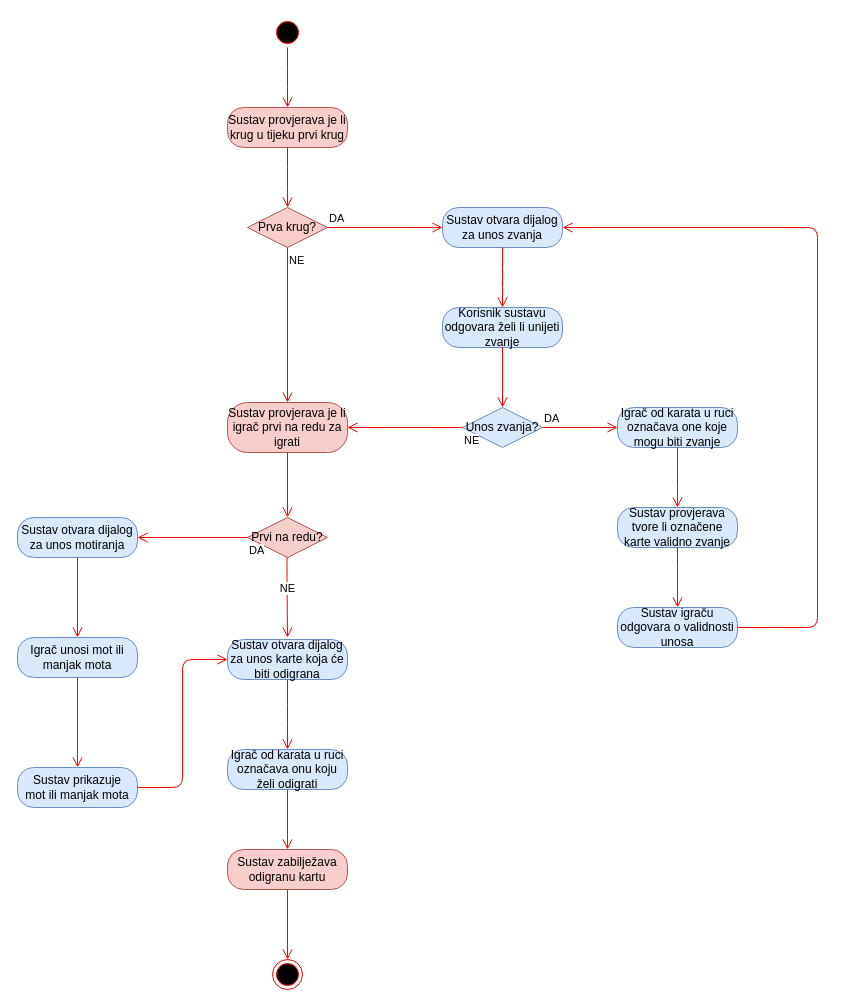
Before: page "Activity: Igranje karte sljedećeg igrača" (7 of 11) of Dijagram.drawio in TheRealJoci/Tressette-Terminal-Card-Game, a draw.io diagram. Source tidied: cells renumbered, new cells numbered last; positions are measured from the earlier drawing's top-left corner, leaving out a move shared by most shapes. Both pictures are drawn from the tidied source at 100%, with x=0, y=0 at pixel (17, 17).
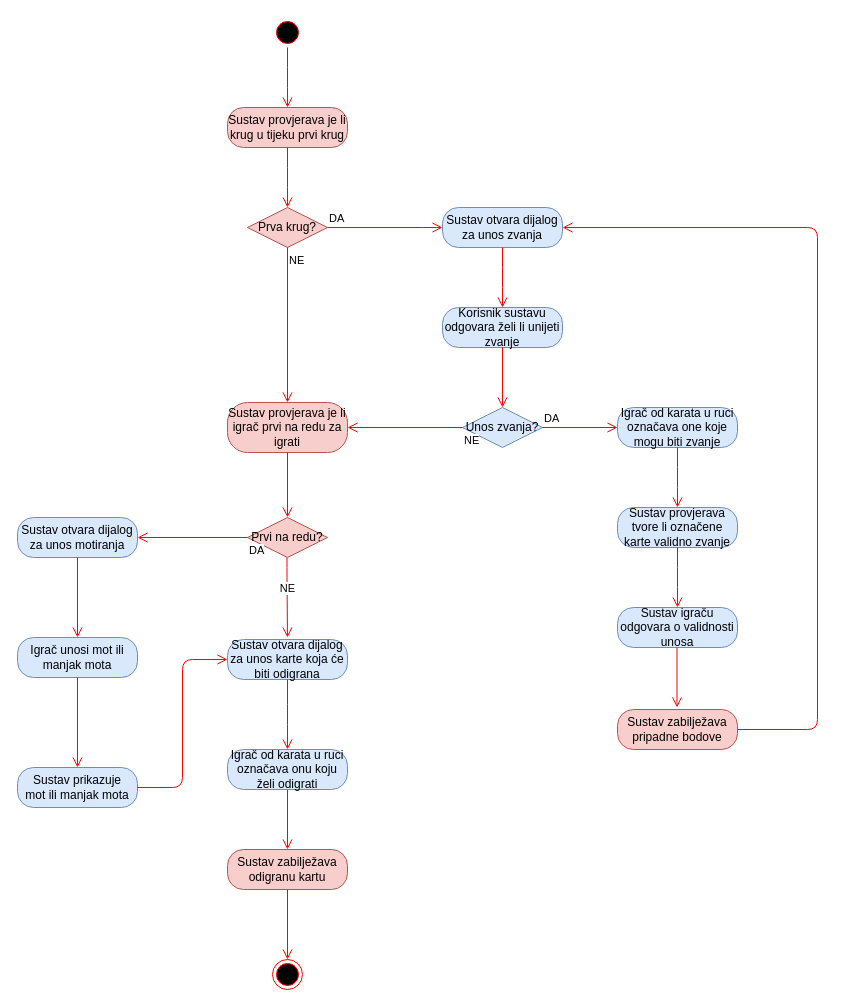
After the change.

The change refers to these unchanged cells:
```xml
<mxCell id="9" value="Sustav otvara dijalog za unos zvanja" style="rounded=1;whiteSpace=wrap;html=1;arcSize=40;fillColor=#dae8fc;strokeColor=#6c8ebf;" parent="1" vertex="1">
  <mxGeometry x="425" y="190" width="120" height="40" as="geometry" />
</mxCell>
<mxCell id="15" value="Sustav igraču odgovara o validnosti unosa" style="rounded=1;whiteSpace=wrap;html=1;arcSize=40;fillColor=#dae8fc;strokeColor=#6c8ebf;" parent="1" vertex="1">
  <mxGeometry x="600" y="590" width="120" height="40" as="geometry" />
</mxCell>
```

The edit, as a diff of the source:
```diff
@@
-    <mxCell id="16" style="edgeStyle=orthogonalEdgeStyle;html=1;verticalAlign=bottom;endArrow=open;endSize=8;strokeColor=#ff0000;entryX=1;entryY=0.5;entryDx=0;entryDy=0;" parent="1" edge="1" source="15" target="9">
+    <mxCell id="16" style="edgeStyle=orthogonalEdgeStyle;html=1;verticalAlign=bottom;endArrow=open;endSize=8;strokeColor=#ff0000;entryX=1;entryY=0.5;entryDx=0;entryDy=0;exitX=1;exitY=0.5;exitDx=0;exitDy=0;" parent="1" edge="1" source="40" target="9">
       <mxGeometry relative="1" as="geometry">
         <Array as="points">
-          <mxPoint x="800" y="610" />
+          <mxPoint x="800" y="712" />
           <mxPoint x="800" y="210" />
         </Array>
       </mxGeometry>
     </mxCell>
@@
+    <mxCell id="40" value="Sustav zabilježava pripadne bodove" style="rounded=1;whiteSpace=wrap;html=1;arcSize=40;fillColor=#f8cecc;strokeColor=#b85450;" parent="1" vertex="1">
+      <mxGeometry x="600" y="692" width="120" height="40" as="geometry" />
+    </mxCell>
+    <mxCell id="41" style="edgeStyle=orthogonalEdgeStyle;html=1;verticalAlign=bottom;endArrow=open;endSize=8;strokeColor=#ff0000;" parent="1" edge="1">
+      <mxGeometry relative="1" as="geometry">
+        <mxPoint x="659.5" y="630" as="sourcePoint" />
+        <mxPoint x="659.5" y="690" as="targetPoint" />
+      </mxGeometry>
+    </mxCell>
```
